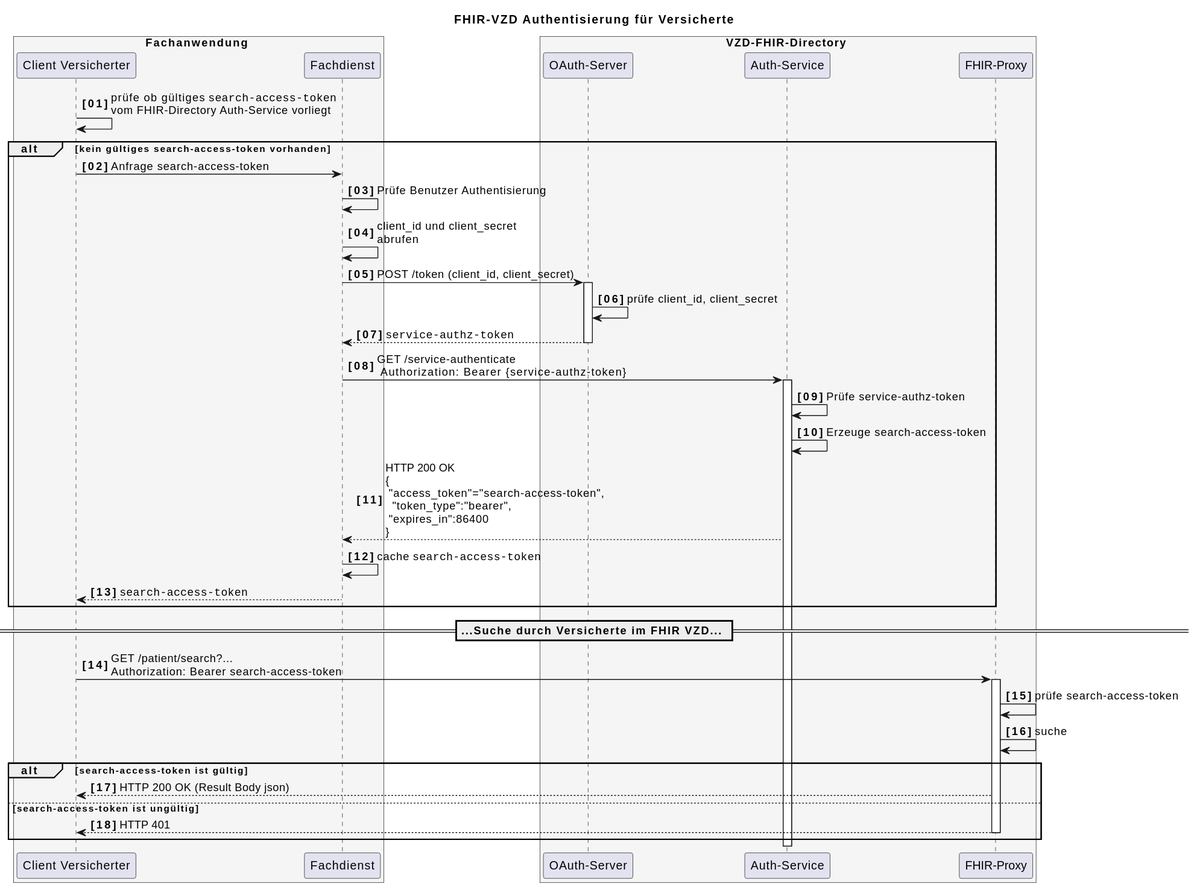
Earlier version of the PlantUML export images/diagrams/SequenceDiagram.FHIR-Directory.fdv.search.svg (gematik/api-vzd).
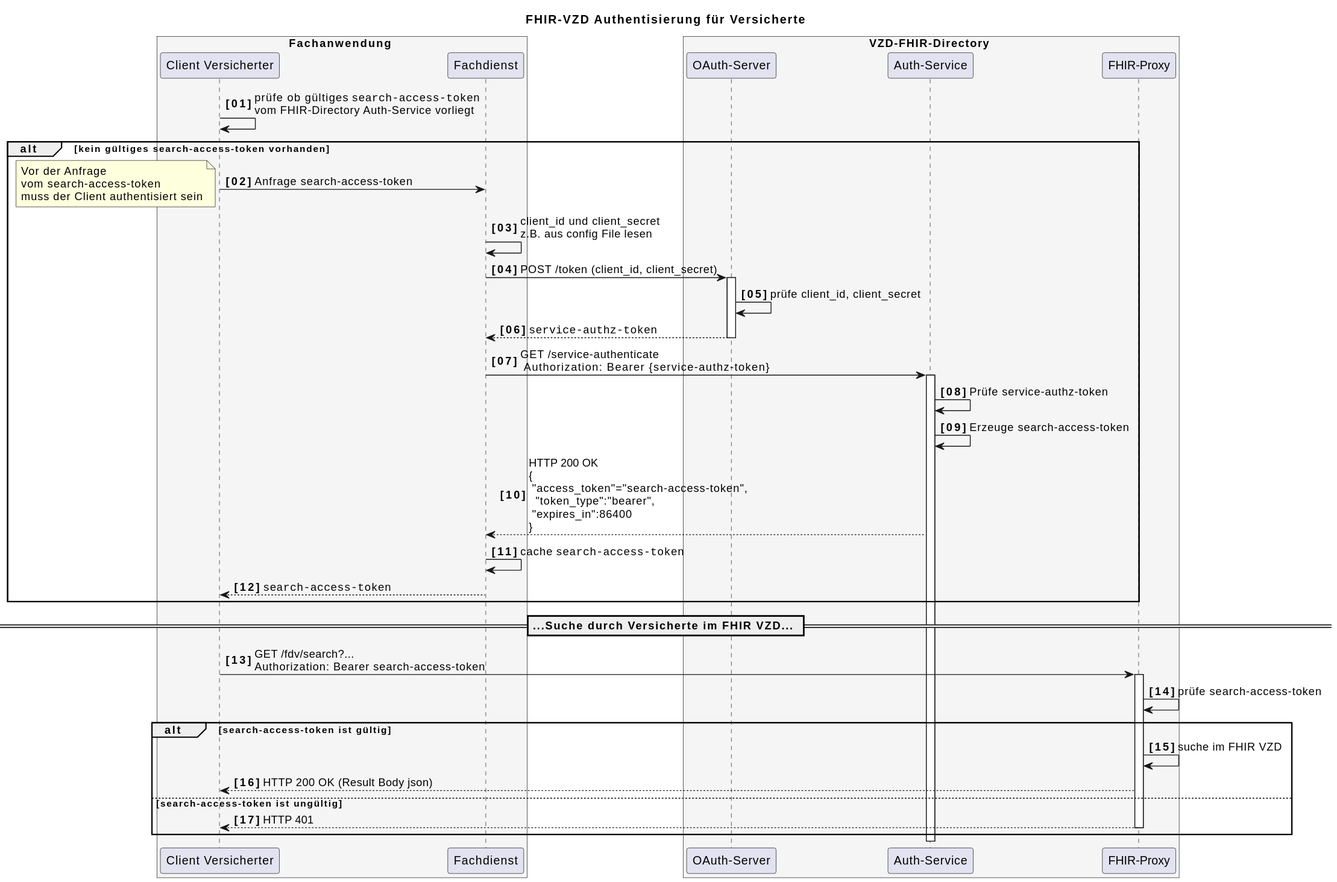
Later version of the same file.

Commit message:
Commit from GitHub Actions (GeneratePlantumlImages)

Change to the diagram source:
```diff
@@ -14,16 +14,14 @@
     participant fp as "FHIR-Proxy"
 end box
 
-
 VClient-> VClient: prüfe ob  gültiges ""search-access-token""\nvom FHIR-Directory Auth-Service vorliegt
-
 
 alt kein gültiges search-access-token vorhanden
    VClient-> FDienst: Anfrage search-access-token
 
-   FDienst->FDienst: Prüfe Benutzer Authentisierung
+note left: Vor der Anfrage\nvom search-access-token\nmuss der Client authentisiert sein
 
-   FDienst -> FDienst: client_id und client_secret\nabrufen
+   FDienst -> FDienst: client_id und client_secret\nz.B. aus config File lesen
    FDienst ->VzdOAuth++: POST /token (client_id, client_secret)
    VzdOAuth->VzdOAuth: prüfe client_id, client_secret
    VzdOAuth-->FDienst--: ""service-authz-token""
@@ -42,11 +40,12 @@
 
 == ...Suche durch Versicherte im FHIR VZD... ==
 
-VClient -> fp: GET /patient/search?... \nAuthorization: Bearer search-access-token
+VClient -> fp: GET /fdv/search?... \nAuthorization: Bearer search-access-token
 activate fp
 fp -> fp: prüfe search-access-token
-fp -> fp: suche
+
 alt search-access-token ist gültig
+   fp -> fp: suche im FHIR VZD
    fp --> VClient : HTTP 200 OK (Result Body json)
  else search-access-token ist ungültig
    fp --> VClient : HTTP 401
```
